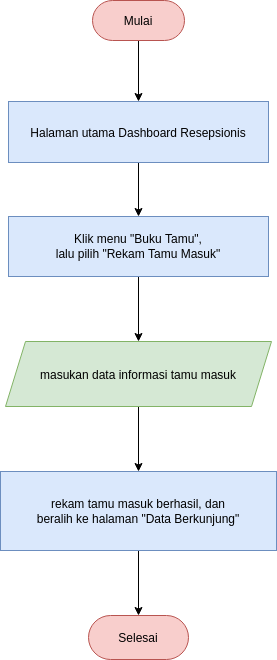
Before: rekam.png, a diagram exported from draw.io (Rusadi-0/navbar). Source tidied: cells renumbered, new cells last; positions are measured from the earlier drawing's top-left corner, leaving out a move shared by most shapes.
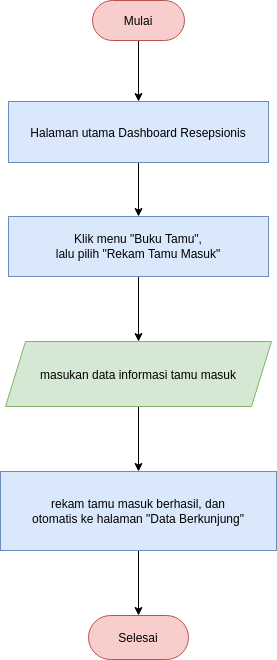
Later version of the same file.

The edit, as a diff of the source:
```diff
@@ -29,7 +29,7 @@
     <mxCell id="10" style="edgeStyle=orthogonalEdgeStyle;rounded=0;jettySize=auto;html=1;" parent="1" edge="1" source="11" target="12">
       <mxGeometry relative="1" as="geometry" />
     </mxCell>
-    <mxCell id="11" value="&lt;div&gt;rekam tamu masuk berhasil, dan &lt;br&gt;&lt;/div&gt;&lt;div&gt;beralih ke halaman &quot;Data Berkunjung&quot;&lt;br&gt;&lt;/div&gt;" style="rounded=0;whiteSpace=wrap;html=1;fillColor=#dae8fc;strokeColor=#6c8ebf;" parent="1" vertex="1">
+    <mxCell id="11" value="&lt;div&gt;rekam tamu masuk berhasil, dan &lt;br&gt;&lt;/div&gt;&lt;div&gt;otomatis ke halaman &quot;Data Berkunjung&quot;&lt;br&gt;&lt;/div&gt;" style="rounded=0;whiteSpace=wrap;html=1;fillColor=#dae8fc;strokeColor=#6c8ebf;" parent="1" vertex="1">
       <mxGeometry y="471" width="276" height="79" as="geometry" />
     </mxCell>
     <mxCell id="12" value="Selesai" style="rounded=1;whiteSpace=wrap;html=1;arcSize=50;fillColor=#f8cecc;strokeColor=#b85450;" parent="1" vertex="1">
```
